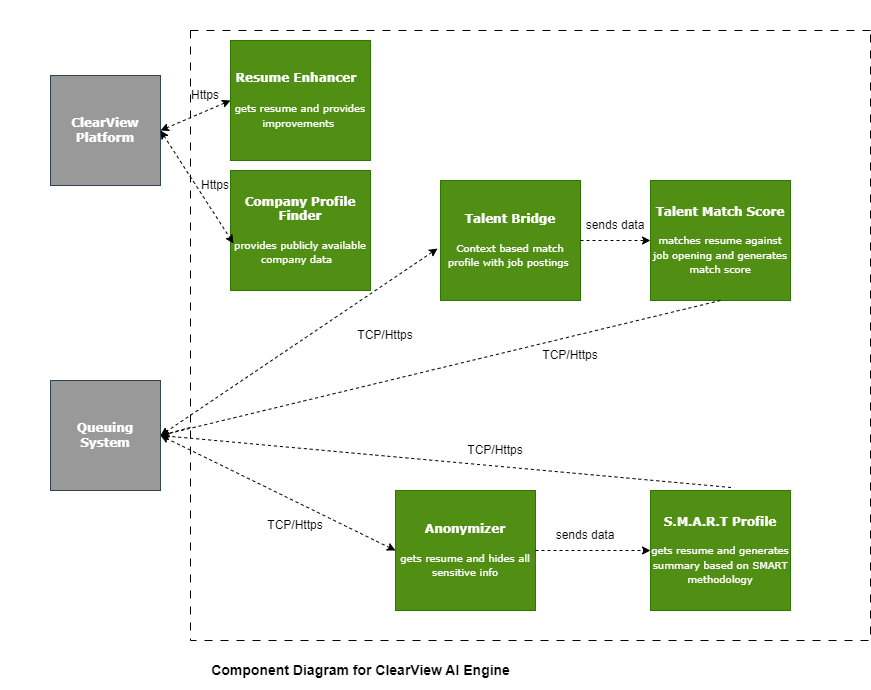
Before: architecture/images/ClearView AI Engine-C3_Diagram.png, a diagram exported from draw.io (SK11GS/Builders-Glitch). Source tidied: cells renumbered, new cells last; positions are measured from the earlier drawing's top-left corner, leaving out a move shared by most shapes.
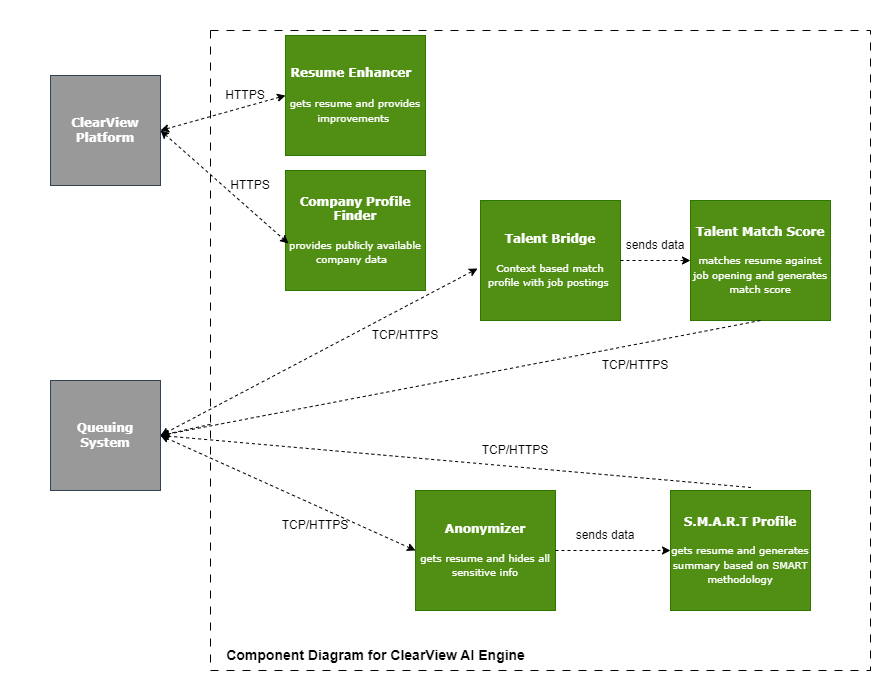
After the change.

Commit message:
changed Https to HTTPS . moved title to inside dotted diagram

Diff of the diagram source:
```diff
@@ -21,22 +21,22 @@
       <mxGeometry relative="1" as="geometry" />
     </mxCell>
     <mxCell id="8" style="swimlane;startSize=0;dashed=1;dashPattern=8 8;" parent="1" vertex="1">
-      <mxGeometry x="190" y="30" width="680" height="610" as="geometry" />
+      <mxGeometry x="210" y="30" width="660" height="640" as="geometry" />
     </mxCell>
     <mxCell id="9" value="sends data" style="text;html=1;align=center;verticalAlign=middle;whiteSpace=wrap;rounded=0;" parent="8" vertex="1">
-      <mxGeometry x="390" y="180" width="70" height="30" as="geometry" />
+      <mxGeometry x="410" y="200" width="70" height="30" as="geometry" />
     </mxCell>
     <mxCell id="10" value="sends data" style="text;html=1;align=center;verticalAlign=middle;whiteSpace=wrap;rounded=0;" parent="8" vertex="1">
       <mxGeometry x="360" y="490" width="70" height="30" as="geometry" />
     </mxCell>
     <mxCell id="11" value="&lt;h4&gt;&lt;b&gt;&lt;font face=&quot;Verdana&quot;&gt;Resume Enhancer&amp;nbsp;&amp;nbsp;&lt;/font&gt;&lt;/b&gt;&lt;/h4&gt;&lt;h4&gt;&lt;span style=&quot;background-color: initial; font-size: 10px; font-weight: normal;&quot;&gt;gets resume and provides improvements&amp;nbsp;&lt;/span&gt;&lt;b&gt;&lt;br&gt;&lt;/b&gt;&lt;/h4&gt;" style="rounded=0;whiteSpace=wrap;html=1;fillColor=#518F14;fontColor=#ffffff;strokeColor=#2D7600;align=center;verticalAlign=middle;fontFamily=Verdana;fontSize=12;" parent="8" vertex="1">
-      <mxGeometry x="40" y="10" width="140" height="120" as="geometry" />
+      <mxGeometry x="75" y="5" width="140" height="120" as="geometry" />
     </mxCell>
     <mxCell id="12" value="&lt;b&gt;&lt;font&gt;Talent Bridge&lt;/font&gt;&lt;/b&gt;&lt;div&gt;&lt;br&gt;&lt;/div&gt;&lt;div&gt;&lt;font style=&quot;font-size: 10px;&quot;&gt;Context based match profile with job postings&amp;nbsp;&lt;/font&gt;&lt;/div&gt;" style="rounded=0;whiteSpace=wrap;html=1;strokeColor=#2D7600;align=center;verticalAlign=middle;fontFamily=Verdana;fontSize=12;fontColor=#ffffff;fillColor=#518F14;" parent="8" vertex="1">
-      <mxGeometry x="250" y="150" width="140" height="120" as="geometry" />
+      <mxGeometry x="270" y="170" width="140" height="120" as="geometry" />
     </mxCell>
     <mxCell id="13" value="&lt;b&gt;Talent Match Score&lt;/b&gt;&lt;div&gt;&lt;b&gt;&lt;br&gt;&lt;/b&gt;&lt;/div&gt;&lt;div&gt;&lt;span style=&quot;font-size: 10px; background-color: initial;&quot;&gt;matches resume against job opening and generates match score&lt;/span&gt;&lt;br&gt;&lt;/div&gt;" style="rounded=0;whiteSpace=wrap;html=1;strokeColor=#2D7600;align=center;verticalAlign=middle;fontFamily=Verdana;fontSize=12;fontColor=#ffffff;fillColor=#518F14;" parent="8" vertex="1">
-      <mxGeometry x="460" y="150" width="140" height="120" as="geometry" />
+      <mxGeometry x="480" y="170" width="140" height="120" as="geometry" />
     </mxCell>
     <mxCell id="14" style="endArrow=classic;html=1;rounded=0;entryX=0;entryY=0.5;entryDx=0;entryDy=0;exitX=1;exitY=0.5;exitDx=0;exitDy=0;dashed=1;" parent="8" edge="1" source="12" target="13">
       <mxGeometry relative="1" as="geometry" />
@@ -50,30 +50,33 @@
     <mxCell id="17" style="endArrow=classic;html=1;rounded=0;entryX=0;entryY=0.5;entryDx=0;entryDy=0;exitX=1;exitY=0.5;exitDx=0;exitDy=0;dashed=1;" parent="8" edge="1" source="16" target="15">
       <mxGeometry relative="1" as="geometry" />
     </mxCell>
-    <mxCell id="18" value="TCP/Https" style="text;html=1;align=center;verticalAlign=middle;whiteSpace=wrap;rounded=0;" parent="8" vertex="1">
-      <mxGeometry x="345" y="310" width="70" height="30" as="geometry" />
+    <mxCell id="18" value="TCP/HTTPS" style="text;html=1;align=center;verticalAlign=middle;whiteSpace=wrap;rounded=0;" parent="8" vertex="1">
+      <mxGeometry x="390" y="320" width="70" height="30" as="geometry" />
     </mxCell>
-    <mxCell id="19" value="TCP/Https" style="text;html=1;align=center;verticalAlign=middle;whiteSpace=wrap;rounded=0;" parent="8" vertex="1">
+    <mxCell id="19" value="TCP/HTTPS" style="text;html=1;align=center;verticalAlign=middle;whiteSpace=wrap;rounded=0;" parent="8" vertex="1">
       <mxGeometry x="160" y="290" width="70" height="30" as="geometry" />
     </mxCell>
     <mxCell id="20" value="&lt;b&gt;Company Profile Finder&lt;/b&gt;&lt;div&gt;&lt;b&gt;&lt;br&gt;&lt;/b&gt;&lt;/div&gt;&lt;div&gt;&lt;span style=&quot;font-size: 10px; background-color: initial;&quot;&gt;provides publicly available company data&amp;nbsp;&amp;nbsp;&lt;/span&gt;&lt;br&gt;&lt;/div&gt;" style="rounded=0;whiteSpace=wrap;html=1;strokeColor=#2D7600;align=center;verticalAlign=middle;fontFamily=Verdana;fontSize=12;fontColor=#ffffff;fillColor=#518F14;" parent="8" vertex="1">
-      <mxGeometry x="40" y="140" width="140" height="120" as="geometry" />
+      <mxGeometry x="75" y="140" width="140" height="120" as="geometry" />
     </mxCell>
-    <mxCell id="21" value="TCP/Https" style="text;html=1;align=center;verticalAlign=middle;whiteSpace=wrap;rounded=0;" parent="8" vertex="1">
+    <mxCell id="21" value="TCP/HTTPS" style="text;html=1;align=center;verticalAlign=middle;whiteSpace=wrap;rounded=0;" parent="8" vertex="1">
       <mxGeometry x="270" y="405" width="70" height="30" as="geometry" />
     </mxCell>
-    <mxCell id="22" value="TCP/Https" style="text;html=1;align=center;verticalAlign=middle;whiteSpace=wrap;rounded=0;" parent="8" vertex="1">
+    <mxCell id="22" value="TCP/HTTPS" style="text;html=1;align=center;verticalAlign=middle;whiteSpace=wrap;rounded=0;" parent="8" vertex="1">
       <mxGeometry x="70" y="480" width="70" height="30" as="geometry" />
     </mxCell>
     <mxCell id="23" value="&amp;nbsp;" style="text;html=1;align=center;verticalAlign=middle;whiteSpace=wrap;rounded=0;" parent="8" vertex="1">
       <mxGeometry x="620" y="290" width="60" height="30" as="geometry" />
     </mxCell>
-    <mxCell id="24" value="Https" style="text;html=1;align=center;verticalAlign=middle;whiteSpace=wrap;rounded=0;" parent="8" vertex="1">
-      <mxGeometry x="-20" y="50" width="70" height="30" as="geometry" />
+    <mxCell id="24" value="HTTPS" style="text;html=1;align=center;verticalAlign=middle;whiteSpace=wrap;rounded=0;" parent="8" vertex="1">
+      <mxGeometry y="50" width="70" height="30" as="geometry" />
     </mxCell>
-    <mxCell id="25" value="Https" style="text;html=1;align=center;verticalAlign=middle;whiteSpace=wrap;rounded=0;" parent="8" vertex="1">
-      <mxGeometry x="-10" y="140" width="70" height="30" as="geometry" />
+    <mxCell id="25" value="HTTPS" style="text;html=1;align=center;verticalAlign=middle;whiteSpace=wrap;rounded=0;" parent="8" vertex="1">
+      <mxGeometry x="5" y="140" width="70" height="30" as="geometry" />
     </mxCell>
+    <mxCell id="32" value="Component Diagram for ClearView AI Engine&amp;nbsp;" style="text;html=1;align=center;verticalAlign=middle;whiteSpace=wrap;rounded=0;fontStyle=1;fontSize=14;" parent="8" vertex="1">
+      <mxGeometry x="-5" y="610" width="345" height="30" as="geometry" />
+    </mxCell>
     <mxCell id="26" style="endArrow=classic;html=1;rounded=0;exitX=0.5;exitY=1;exitDx=0;exitDy=0;dashed=1;entryX=1;entryY=0.5;entryDx=0;entryDy=0;" parent="1" edge="1" source="13" target="5">
       <mxGeometry relative="1" as="geometry" />
     </mxCell>
@@ -86,15 +89,9 @@
     <mxCell id="29" value="&amp;nbsp;" style="text;html=1;align=center;verticalAlign=middle;whiteSpace=wrap;rounded=0;" parent="1" vertex="1">
       <mxGeometry x="30" y="290" width="60" height="30" as="geometry" />
     </mxCell>
-    <mxCell id="30" value="&amp;nbsp;" style="text;html=1;align=center;verticalAlign=middle;whiteSpace=wrap;rounded=0;" parent="1" vertex="1">
-      <mxGeometry x="40" y="300" width="60" height="30" as="geometry" />
-    </mxCell>
     <mxCell id="31" value="&amp;nbsp;" style="text;html=1;align=center;verticalAlign=middle;whiteSpace=wrap;rounded=0;" parent="1" vertex="1">
       <mxGeometry x="520" y="580" width="60" height="30" as="geometry" />
     </mxCell>
-    <mxCell id="32" value="Component Diagram for ClearView AI Engine&amp;nbsp;" style="text;html=1;align=center;verticalAlign=middle;whiteSpace=wrap;rounded=0;fontStyle=1;fontSize=14;" parent="1" vertex="1">
-      <mxGeometry x="190" y="655" width="345" height="30" as="geometry" />
-    </mxCell>
     <mxCell id="33" value="&lt;b&gt;ClearView Platform&lt;/b&gt;" style="whiteSpace=wrap;html=1;fillColor=#999999;fontColor=#ffffff;strokeColor=#314354;fontFamily=Verdana;" parent="1" vertex="1">
       <mxGeometry x="50" y="75" width="110" height="110" as="geometry" />
     </mxCell>
@@ -107,5 +104,8 @@
     <mxCell id="36" value="&amp;nbsp;" style="text;html=1;align=center;verticalAlign=middle;whiteSpace=wrap;rounded=0;" parent="1" vertex="1">
       <mxGeometry y="360" width="60" height="30" as="geometry" />
     </mxCell>
+    <mxCell id="37" value="&amp;nbsp;" style="text;html=1;align=center;verticalAlign=middle;whiteSpace=wrap;rounded=0;" parent="1" vertex="1">
+      <mxGeometry x="490" width="60" height="30" as="geometry" />
+    </mxCell>
   </root>
 </mxGraphModel>
```
